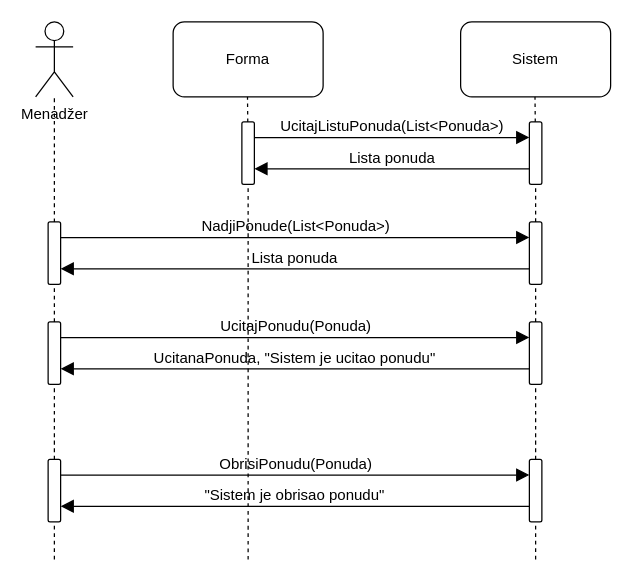
The draw.io diagram Dijagram sekvenci-brisanje ponude.drawio in jancekk/agencija_turisticka, before the edit. Source tidied: cells renumbered, new cells numbered last; positions are measured from the earlier drawing's top-left corner, leaving out a move shared by most shapes. Both pictures are drawn from the tidied source at 125%, with x=0, y=0 at pixel (22, 21).
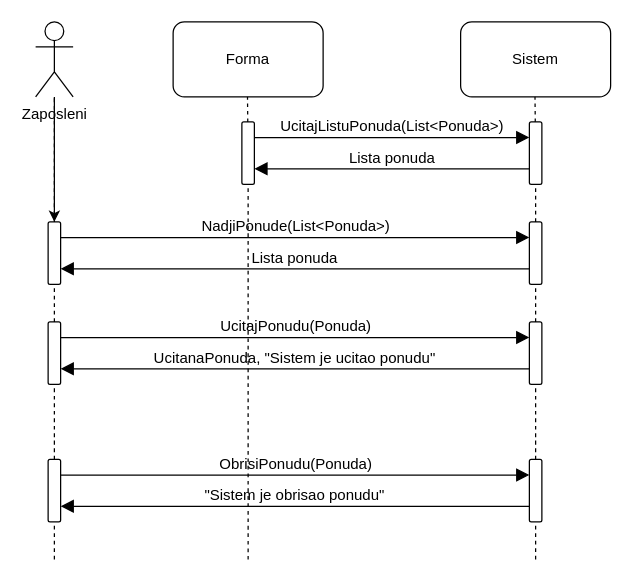
The same diagram, later.

The change refers to these unchanged cells:
```xml
<mxCell id="29" style="rounded=1;whiteSpace=wrap;html=1;rotation=-90;" parent="1" vertex="1">
  <mxGeometry y="180" width="50" height="10" as="geometry" />
</mxCell>
```

What changed in the source:
```diff
@@
+    <mxCell id="32" style="edgeStyle=orthogonalEdgeStyle;rounded=0;jettySize=auto;html=1;" parent="1" edge="1" source="2" target="29">
+      <mxGeometry relative="1" as="geometry" />
+    </mxCell>
-    <mxCell id="2" value="Menadžer" style="shape=umlActor;verticalLabelPosition=bottom;verticalAlign=top;html=1;outlineConnect=0;" parent="1" vertex="1">
+    <mxCell id="2" value="Zaposleni" style="shape=umlActor;verticalLabelPosition=bottom;verticalAlign=top;html=1;outlineConnect=0;" parent="1" vertex="1">
       <mxGeometry x="10" width="30" height="60" as="geometry" />
     </mxCell>
```
